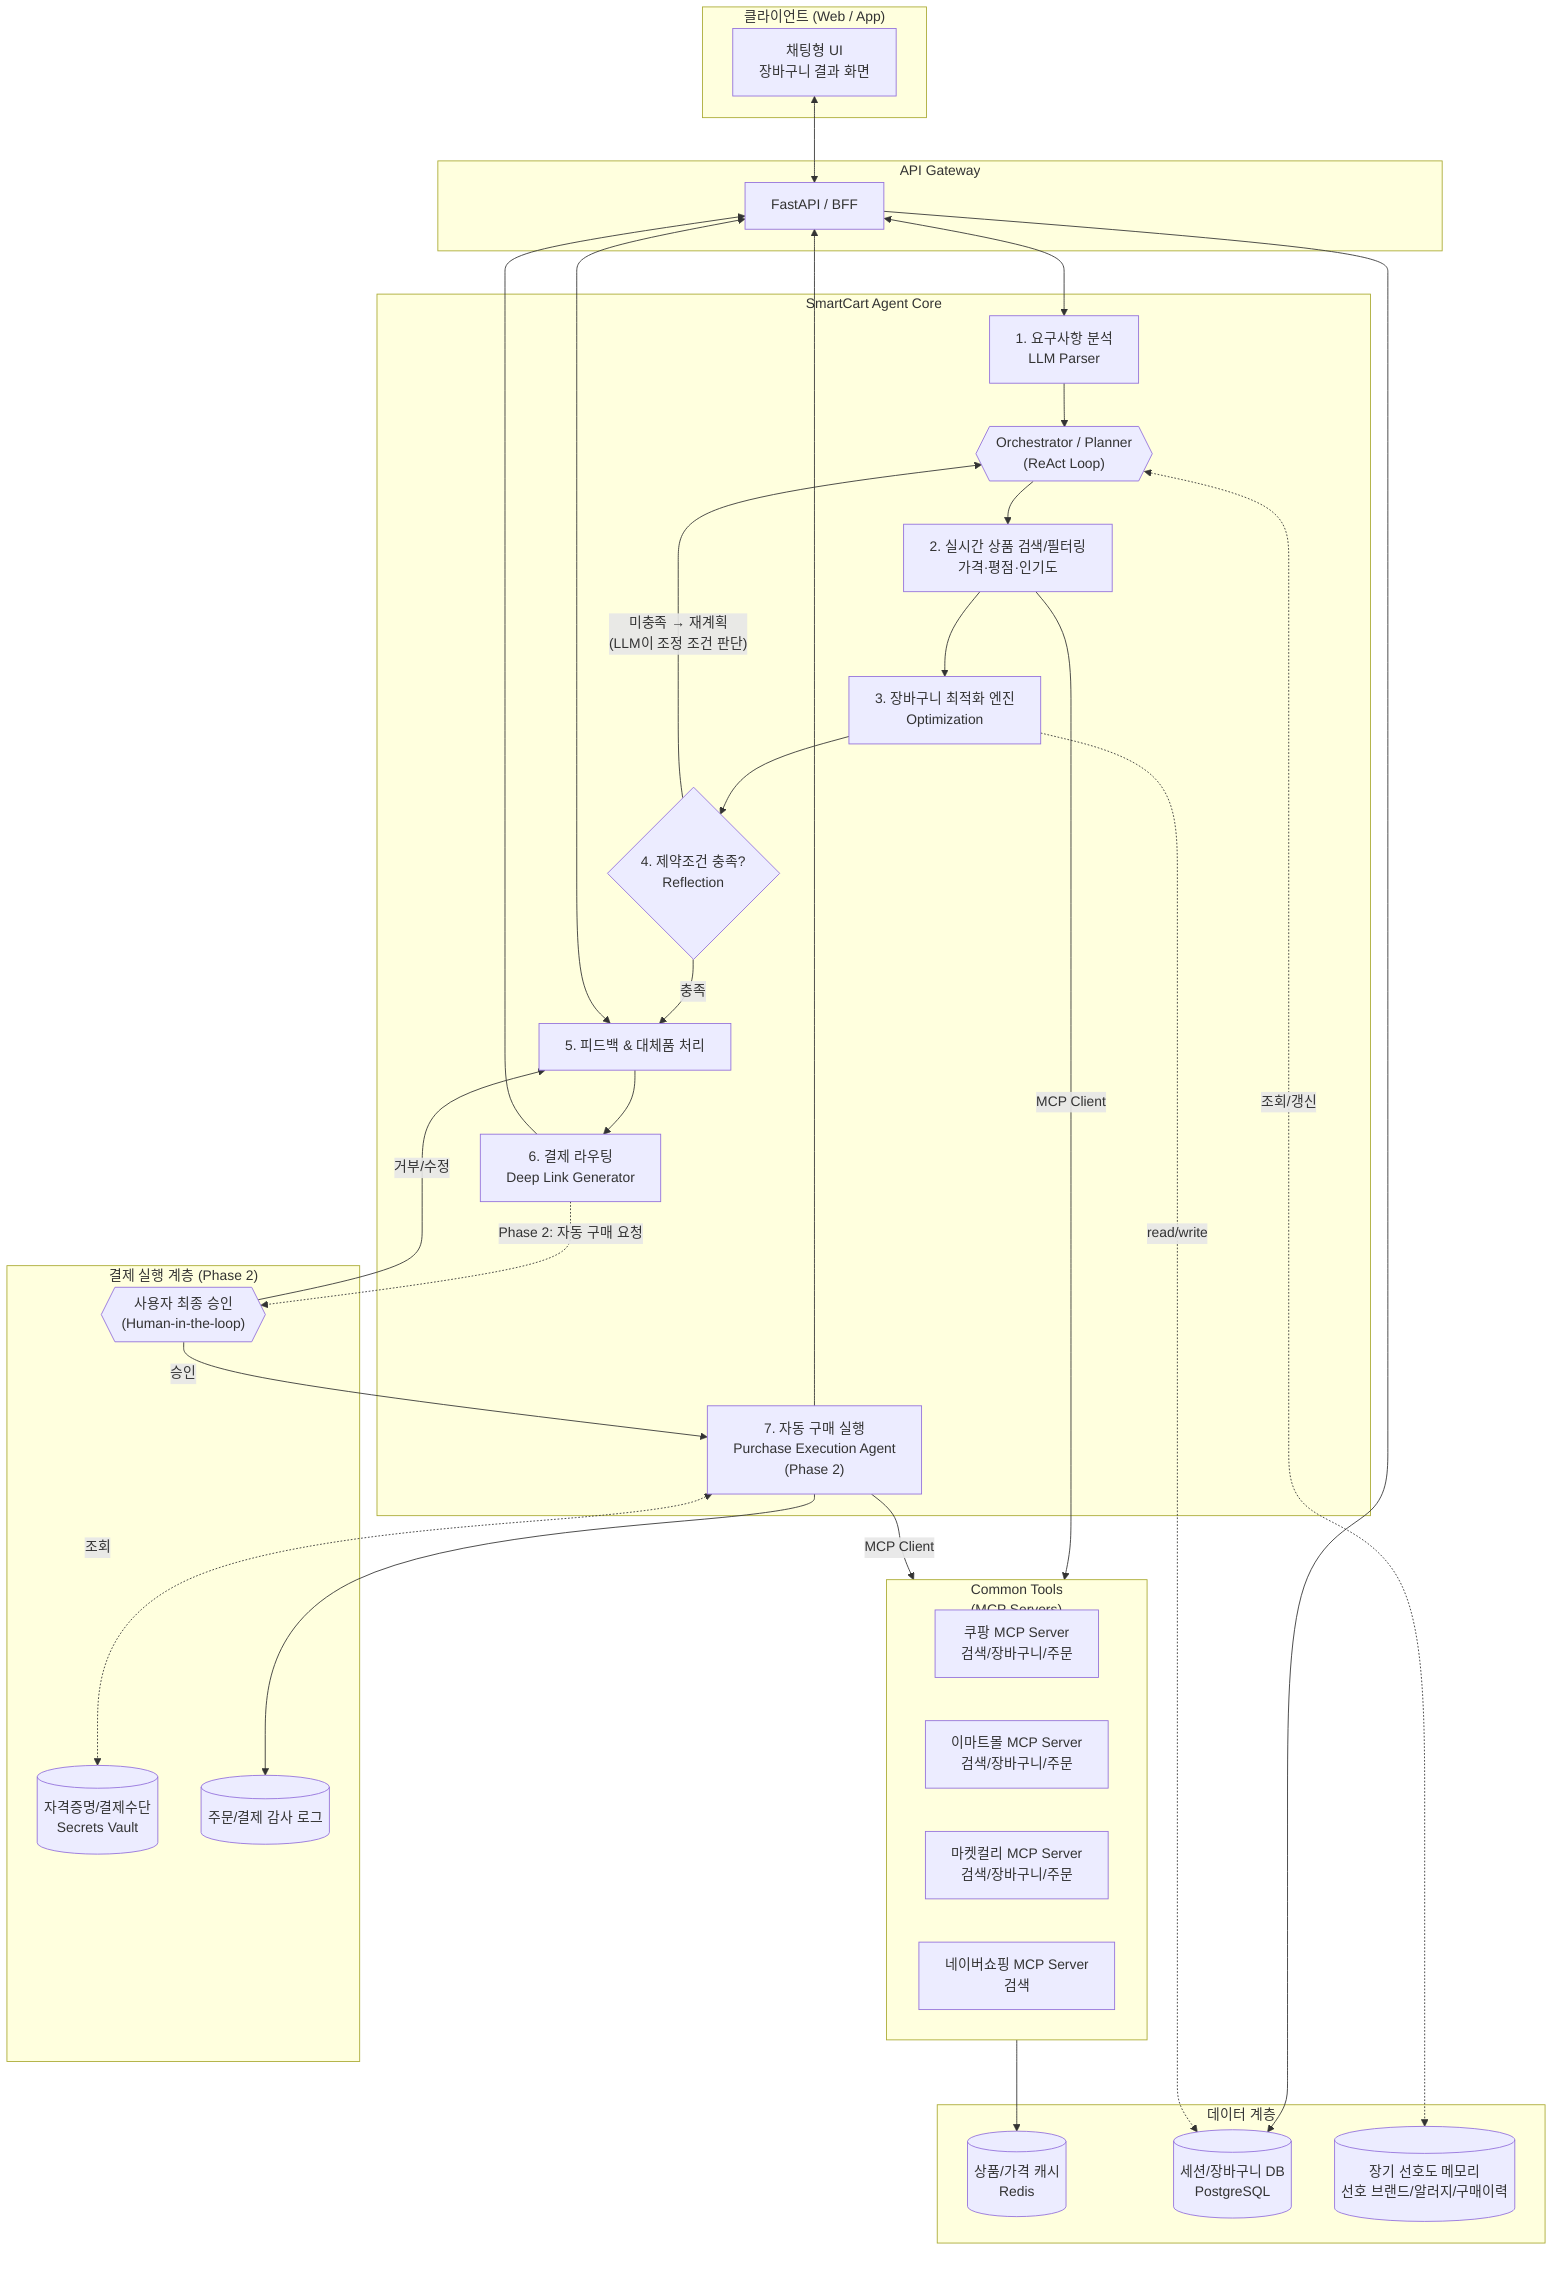
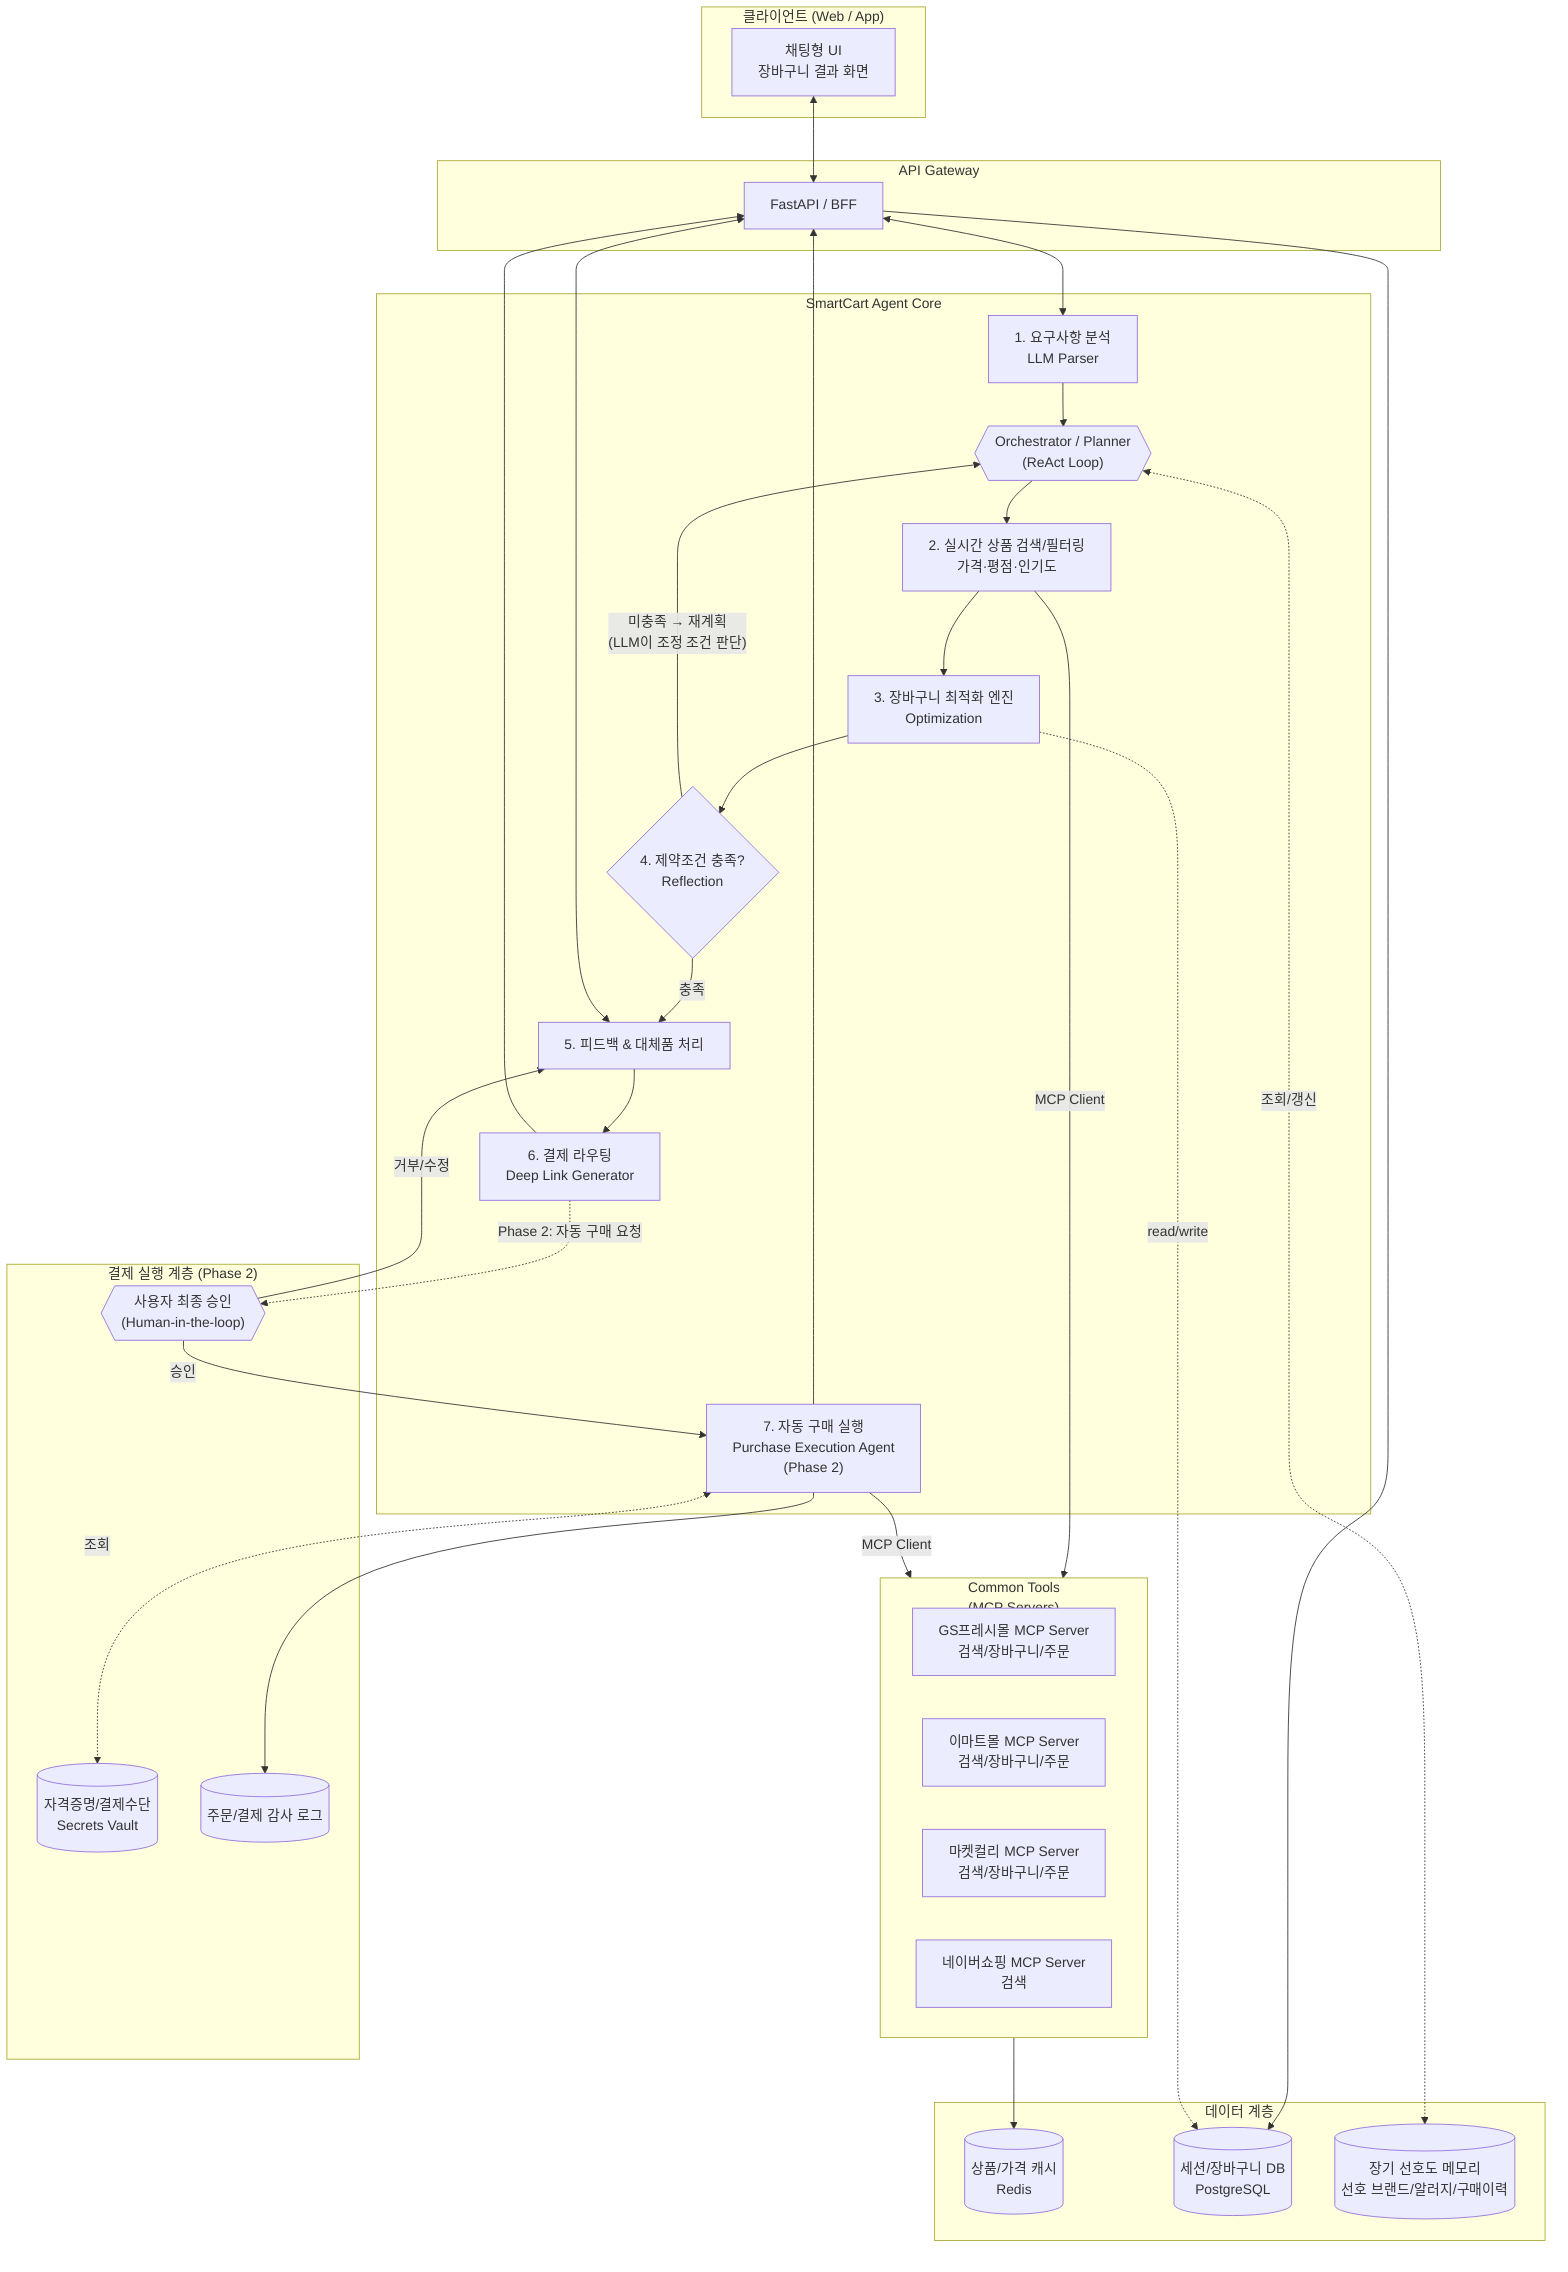
flowchart TB
    subgraph Client["클라이언트 (Web / App)"]
        UI[채팅형 UI<br/>장바구니 결과 화면]
    end

    subgraph Gateway["API Gateway"]
        GW[FastAPI / BFF]
    end

    subgraph Agent["SmartCart Agent Core"]
        Parser[1. 요구사항 분석<br/>LLM Parser]
        Orchestrator{{"Orchestrator / Planner<br/>(ReAct Loop)"}}
        Search[2. 실시간 상품 검색/필터링<br/>가격·평점·인기도]
        Optimizer[3. 장바구니 최적화 엔진<br/>Optimization]
        Reflect{4. 제약조건 충족?<br/>Reflection}
        Feedback[5. 피드백 & 대체품 처리]
        Router[6. 결제 라우팅<br/>Deep Link Generator]
        Purchase["7. 자동 구매 실행<br/>Purchase Execution Agent<br/>(Phase 2)"]
    end

    subgraph Tools["Common Tools<br/>(MCP Servers)"]
-         Coupang[쿠팡 MCP Server<br/>검색/장바구니/주문]
+         GSFresh[GS프레시몰 MCP Server<br/>검색/장바구니/주문]
        Emart[이마트몰 MCP Server<br/>검색/장바구니/주문]
        Kurly[마켓컬리 MCP Server<br/>검색/장바구니/주문]
        Naver[네이버쇼핑 MCP Server<br/>검색]
    end

    subgraph Checkout["결제 실행 계층 (Phase 2)"]
        HITL{{"사용자 최종 승인<br/>(Human-in-the-loop)"}}
        Vault[(자격증명/결제수단<br/>Secrets Vault)]
        AuditLog[(주문/결제 감사 로그)]
    end

    subgraph Data["데이터 계층"]
        Cache[(상품/가격 캐시<br/>Redis)]
        DB[(세션/장바구니 DB<br/>PostgreSQL)]
        Memory[(장기 선호도 메모리<br/>선호 브랜드/알러지/구매이력)]
    end

    UI <--> GW
    GW <--> Parser
    Parser --> Orchestrator
    Orchestrator --> Search
    Search -- "MCP Client" --> Tools
    Tools --> Cache
    Search --> Optimizer
    Optimizer --> Reflect
    Reflect -- "미충족 → 재계획<br/>(LLM이 조정 조건 판단)" --> Orchestrator
    Reflect -- "충족" --> Feedback
    Feedback <--> GW
    Feedback --> Router
    Router --> GW
    Router -. "Phase 2: 자동 구매 요청" .-> HITL
    HITL -- "승인" --> Purchase
    HITL -- "거부/수정" --> Feedback
    Purchase -- "MCP Client" --> Tools
    Purchase <-.조회.-> Vault
    Purchase --> AuditLog
    Purchase --> GW
    GW --> DB
    Optimizer -.read/write.-> DB
    Orchestrator <-.조회/갱신.-> Memory
